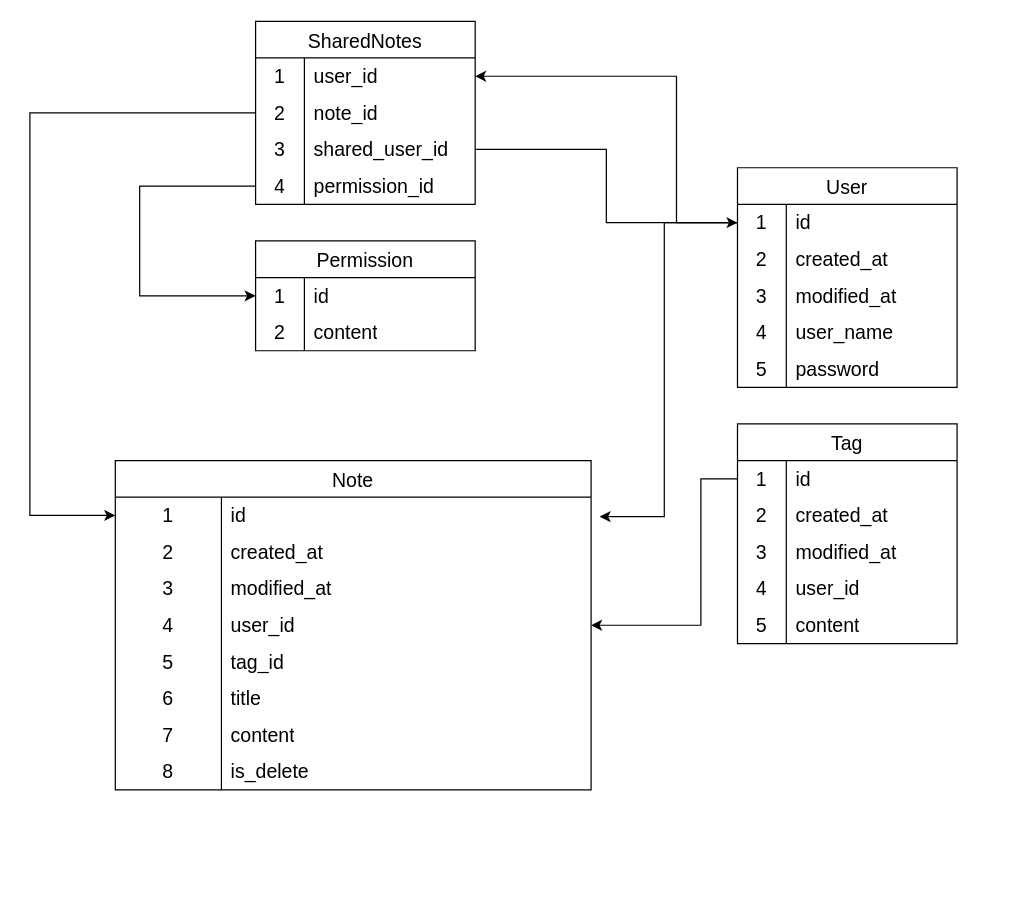
Before: Biểu đồ không có tiêu đề.drawio in minh91a1/dbdiagram, a draw.io diagram. Source tidied: cells renumbered, new cells numbered last; positions are measured from the earlier drawing's top-left corner, leaving out a move shared by most shapes. Both pictures are drawn from the tidied source at 122%, with x=0, y=0 at pixel (29, 21).
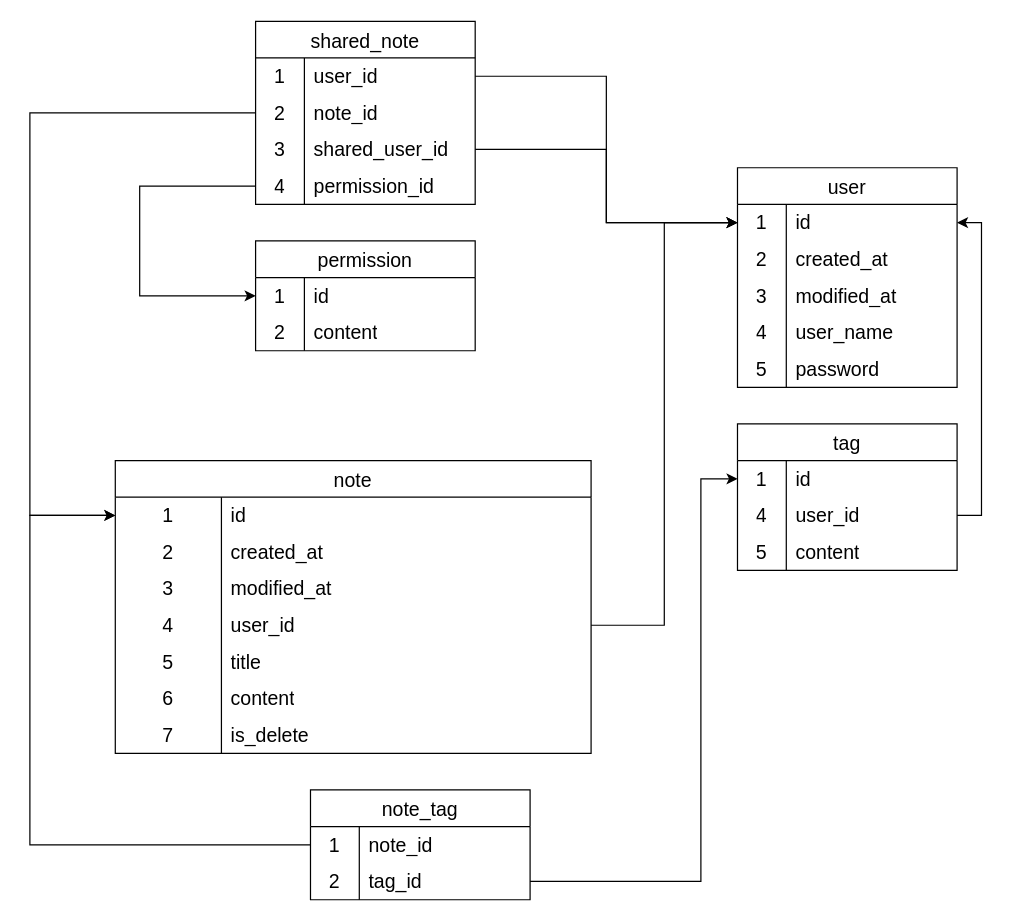
The same diagram, later.

Commit message (it also covers changes not shown here):
Cập nhật Biểu đồ không có tiêu đề.drawio

The change refers to these unchanged cells:
```xml
<mxCell id="3" style="shape=tableRow;horizontal=0;startSize=0;swimlaneHead=0;swimlaneBody=0;top=0;left=0;bottom=0;right=0;fillColor=none;points=[[0,0.5],[1,0.5]];portConstraint=eastwest;strokeColor=inherit;fontSize=16;" parent="2" vertex="1">
  <mxGeometry y="30" width="390" height="30" as="geometry" />
</mxCell>
<mxCell id="12" style="shape=tableRow;horizontal=0;startSize=0;swimlaneHead=0;swimlaneBody=0;top=0;left=0;bottom=0;right=0;fillColor=none;points=[[0,0.5],[1,0.5]];portConstraint=eastwest;strokeColor=inherit;fontSize=16;" parent="2" vertex="1">
  <mxGeometry y="120" width="390" height="30" as="geometry" />
</mxCell>
<mxCell id="28" style="shape=tableRow;horizontal=0;startSize=0;swimlaneHead=0;swimlaneBody=0;top=0;left=0;bottom=0;right=0;fillColor=none;points=[[0,0.5],[1,0.5]];portConstraint=eastwest;strokeColor=inherit;fontSize=16;" parent="27" vertex="1">
  <mxGeometry y="30" width="180" height="30" as="geometry" />
</mxCell>
<mxCell id="44" style="shape=tableRow;horizontal=0;startSize=0;swimlaneHead=0;swimlaneBody=0;top=0;left=0;bottom=0;right=0;fillColor=none;points=[[0,0.5],[1,0.5]];portConstraint=eastwest;strokeColor=inherit;fontSize=16;" parent="43" vertex="1">
  <mxGeometry y="30" width="180" height="30" as="geometry" />
</mxCell>
<mxCell id="61" style="shape=tableRow;horizontal=0;startSize=0;swimlaneHead=0;swimlaneBody=0;top=0;left=0;bottom=0;right=0;fillColor=none;points=[[0,0.5],[1,0.5]];portConstraint=eastwest;strokeColor=inherit;fontSize=16;" parent="60" vertex="1">
  <mxGeometry y="30" width="180" height="30" as="geometry" />
</mxCell>
```

The edit, as a diff of the source:
```diff
@@
-    <mxCell id="2" value="Note" style="shape=table;startSize=30;childLayout=tableLayout;rowLines=0;fontStyle=0;strokeColor=default;fontSize=16;" parent="1" vertex="1">
-      <mxGeometry x="70" y="360" width="390" height="270" as="geometry" />
+    <mxCell id="2" value="note" style="shape=table;startSize=30;childLayout=tableLayout;rowLines=0;fontStyle=0;strokeColor=default;fontSize=16;" parent="1" vertex="1">
+      <mxGeometry x="70" y="360" width="390" height="240" as="geometry" />
     </mxCell>
@@
-    <mxCell id="15" style="shape=tableRow;horizontal=0;startSize=0;swimlaneHead=0;swimlaneBody=0;top=0;left=0;bottom=0;right=0;fillColor=none;strokeColor=inherit;fontSize=16;" parent="2" vertex="1">
-      <mxGeometry y="150" width="390" height="30" as="geometry" />
-    </mxCell>
-    <mxCell id="16" value="5" style="shape=partialRectangle;html=1;whiteSpace=wrap;fillColor=none;top=0;left=0;bottom=0;right=0;overflow=hidden;strokeColor=inherit;fontSize=16;" parent="15" vertex="1">
-      <mxGeometry width="87" height="30" as="geometry" />
-    </mxCell>
-    <mxCell id="17" value="tag_id" style="shape=partialRectangle;html=1;whiteSpace=wrap;fillColor=none;top=0;left=0;bottom=0;right=0;align=left;spacingLeft=6;overflow=hidden;strokeColor=inherit;fontSize=16;" parent="15" vertex="1">
-      <mxGeometry x="87" width="303" height="30" as="geometry" />
-    </mxCell>
     <mxCell id="18" style="shape=tableRow;horizontal=0;startSize=0;swimlaneHead=0;swimlaneBody=0;top=0;left=0;bottom=0;right=0;fillColor=none;strokeColor=inherit;fontSize=16;" parent="2" vertex="1">
-      <mxGeometry y="180" width="390" height="30" as="geometry" />
+      <mxGeometry y="150" width="390" height="30" as="geometry" />
     </mxCell>
-    <mxCell id="19" value="6" style="shape=partialRectangle;html=1;whiteSpace=wrap;fillColor=none;top=0;left=0;bottom=0;right=0;overflow=hidden;strokeColor=inherit;fontSize=16;" parent="18" vertex="1">
+    <mxCell id="19" value="5" style="shape=partialRectangle;html=1;whiteSpace=wrap;fillColor=none;top=0;left=0;bottom=0;right=0;overflow=hidden;strokeColor=inherit;fontSize=16;" parent="18" vertex="1">
       <mxGeometry width="87" height="30" as="geometry" />
     </mxCell>
@@
     <mxCell id="21" style="shape=tableRow;horizontal=0;startSize=0;swimlaneHead=0;swimlaneBody=0;top=0;left=0;bottom=0;right=0;fillColor=none;strokeColor=inherit;fontSize=16;" parent="2" vertex="1">
-      <mxGeometry y="210" width="390" height="30" as="geometry" />
+      <mxGeometry y="180" width="390" height="30" as="geometry" />
     </mxCell>
-    <mxCell id="22" value="7" style="shape=partialRectangle;html=1;whiteSpace=wrap;fillColor=none;top=0;left=0;bottom=0;right=0;overflow=hidden;strokeColor=inherit;fontSize=16;" parent="21" vertex="1">
+    <mxCell id="22" value="6" style="shape=partialRectangle;html=1;whiteSpace=wrap;fillColor=none;top=0;left=0;bottom=0;right=0;overflow=hidden;strokeColor=inherit;fontSize=16;" parent="21" vertex="1">
       <mxGeometry width="87" height="30" as="geometry" />
     </mxCell>
@@
     <mxCell id="24" style="shape=tableRow;horizontal=0;startSize=0;swimlaneHead=0;swimlaneBody=0;top=0;left=0;bottom=0;right=0;fillColor=none;strokeColor=inherit;fontSize=16;" parent="2" vertex="1">
-      <mxGeometry y="240" width="390" height="30" as="geometry" />
+      <mxGeometry y="210" width="390" height="30" as="geometry" />
     </mxCell>
-    <mxCell id="25" value="8" style="shape=partialRectangle;html=1;whiteSpace=wrap;fillColor=none;top=0;left=0;bottom=0;right=0;overflow=hidden;strokeColor=inherit;fontSize=16;" parent="24" vertex="1">
+    <mxCell id="25" value="7" style="shape=partialRectangle;html=1;whiteSpace=wrap;fillColor=none;top=0;left=0;bottom=0;right=0;overflow=hidden;strokeColor=inherit;fontSize=16;" parent="24" vertex="1">
       <mxGeometry width="87" height="30" as="geometry" />
     </mxCell>
@@
-    <mxCell id="27" value="User" style="shape=table;startSize=30;childLayout=tableLayout;rowLines=0;fontStyle=0;strokeColor=default;fontSize=16;" parent="1" vertex="1">
+    <mxCell id="27" value="user" style="shape=table;startSize=30;childLayout=tableLayout;rowLines=0;fontStyle=0;strokeColor=default;fontSize=16;" parent="1" vertex="1">
       <mxGeometry x="580" y="120" width="180" height="180" as="geometry" />
     </mxCell>
@@
-    <mxCell id="43" value="Tag" style="shape=table;startSize=30;childLayout=tableLayout;rowLines=0;fontStyle=0;strokeColor=default;fontSize=16;" parent="1" vertex="1">
-      <mxGeometry x="580" y="330" width="180" height="180" as="geometry" />
+    <mxCell id="43" value="tag" style="shape=table;startSize=30;childLayout=tableLayout;rowLines=0;fontStyle=0;strokeColor=default;fontSize=16;" parent="1" vertex="1">
+      <mxGeometry x="580" y="330" width="180" height="120" as="geometry" />
     </mxCell>
@@
-    <mxCell id="47" style="shape=tableRow;horizontal=0;startSize=0;swimlaneHead=0;swimlaneBody=0;top=0;left=0;bottom=0;right=0;fillColor=none;points=[[0,0.5],[1,0.5]];portConstraint=eastwest;strokeColor=inherit;fontSize=16;" parent="43" vertex="1">
-      <mxGeometry y="60" width="180" height="30" as="geometry" />
-    </mxCell>
-    <mxCell id="48" value="2" style="shape=partialRectangle;html=1;whiteSpace=wrap;fillColor=none;top=0;left=0;bottom=0;right=0;overflow=hidden;strokeColor=inherit;fontSize=16;" parent="47" vertex="1">
-      <mxGeometry width="40" height="30" as="geometry" />
-    </mxCell>
-    <mxCell id="49" value="created_at" style="shape=partialRectangle;html=1;whiteSpace=wrap;fillColor=none;top=0;left=0;bottom=0;right=0;align=left;spacingLeft=6;overflow=hidden;strokeColor=inherit;fontSize=16;" parent="47" vertex="1">
-      <mxGeometry x="40" width="140" height="30" as="geometry" />
-    </mxCell>
-    <mxCell id="50" style="shape=tableRow;horizontal=0;startSize=0;swimlaneHead=0;swimlaneBody=0;top=0;left=0;bottom=0;right=0;fillColor=none;strokeColor=inherit;fontSize=16;" parent="43" vertex="1">
-      <mxGeometry y="90" width="180" height="30" as="geometry" />
-    </mxCell>
-    <mxCell id="51" value="3" style="shape=partialRectangle;html=1;whiteSpace=wrap;fillColor=none;top=0;left=0;bottom=0;right=0;overflow=hidden;strokeColor=inherit;fontSize=16;" parent="50" vertex="1">
-      <mxGeometry width="40" height="30" as="geometry" />
-    </mxCell>
-    <mxCell id="52" value="modified_at" style="shape=partialRectangle;html=1;whiteSpace=wrap;fillColor=none;top=0;left=0;bottom=0;right=0;align=left;spacingLeft=6;overflow=hidden;strokeColor=inherit;fontSize=16;" parent="50" vertex="1">
-      <mxGeometry x="40" width="140" height="30" as="geometry" />
-    </mxCell>
     <mxCell id="53" style="shape=tableRow;horizontal=0;startSize=0;swimlaneHead=0;swimlaneBody=0;top=0;left=0;bottom=0;right=0;fillColor=none;points=[[0,0.5],[1,0.5]];portConstraint=eastwest;strokeColor=inherit;fontSize=16;" parent="43" vertex="1">
-      <mxGeometry y="120" width="180" height="30" as="geometry" />
+      <mxGeometry y="60" width="180" height="30" as="geometry" />
     </mxCell>
@@
     <mxCell id="56" style="shape=tableRow;horizontal=0;startSize=0;swimlaneHead=0;swimlaneBody=0;top=0;left=0;bottom=0;right=0;fillColor=none;strokeColor=inherit;fontSize=16;" parent="43" vertex="1">
-      <mxGeometry y="150" width="180" height="30" as="geometry" />
+      <mxGeometry y="90" width="180" height="30" as="geometry" />
     </mxCell>
@@
-    <mxCell id="59" style="edgeStyle=orthogonalEdgeStyle;rounded=0;jettySize=auto;html=1;exitX=0;exitY=0.5;exitDx=0;exitDy=0;entryX=1;entryY=0.5;entryDx=0;entryDy=0;" parent="1" edge="1" source="44" target="12">
-      <mxGeometry relative="1" as="geometry">
-        <Array as="points">
-          <mxPoint x="550" y="375" />
-          <mxPoint x="550" y="495" />
-        </Array>
-      </mxGeometry>
-    </mxCell>
-    <mxCell id="60" value="SharedNotes" style="shape=table;startSize=30;childLayout=tableLayout;rowLines=0;fontStyle=0;strokeColor=default;fontSize=16;" parent="1" vertex="1">
+    <mxCell id="60" value="shared_note" style="shape=table;startSize=30;childLayout=tableLayout;rowLines=0;fontStyle=0;strokeColor=default;fontSize=16;" parent="1" vertex="1">
       <mxGeometry x="185" width="180" height="150" as="geometry" />
     </mxCell>
@@
-    <mxCell id="74" style="edgeStyle=orthogonalEdgeStyle;rounded=0;jettySize=auto;html=1;exitX=0;exitY=0.5;exitDx=0;exitDy=0;entryX=1;entryY=0.5;entryDx=0;entryDy=0;" parent="1" edge="1" source="28" target="61">
-      <mxGeometry relative="1" as="geometry">
-        <Array as="points">
-          <mxPoint x="530" y="165" />
-          <mxPoint x="530" y="45" />
-        </Array>
-      </mxGeometry>
-    </mxCell>
@@
-    <mxCell id="76" value="Permission" style="shape=table;startSize=30;childLayout=tableLayout;rowLines=0;fontStyle=0;strokeColor=default;fontSize=16;" parent="1" vertex="1">
+    <mxCell id="76" value="permission" style="shape=table;startSize=30;childLayout=tableLayout;rowLines=0;fontStyle=0;strokeColor=default;fontSize=16;" parent="1" vertex="1">
       <mxGeometry x="185" y="180" width="180" height="90" as="geometry" />
     </mxCell>
@@
-    <mxCell id="84" style="edgeStyle=orthogonalEdgeStyle;rounded=0;jettySize=auto;html=1;exitX=0;exitY=0.5;exitDx=0;exitDy=0;entryX=1.018;entryY=0.533;entryDx=0;entryDy=0;entryPerimeter=0;" parent="1" edge="1" source="28" target="3">
-      <mxGeometry relative="1" as="geometry" />
-    </mxCell>
+    <mxCell id="85" value="note_tag" style="shape=table;startSize=30;childLayout=tableLayout;rowLines=0;fontStyle=0;strokeColor=default;fontSize=16;" parent="1" vertex="1">
+      <mxGeometry x="230" y="630" width="180" height="90" as="geometry" />
+    </mxCell>
+    <mxCell id="86" style="shape=tableRow;horizontal=0;startSize=0;swimlaneHead=0;swimlaneBody=0;top=0;left=0;bottom=0;right=0;fillColor=none;points=[[0,0.5],[1,0.5]];portConstraint=eastwest;strokeColor=inherit;fontSize=16;" parent="85" vertex="1">
+      <mxGeometry y="30" width="180" height="30" as="geometry" />
+    </mxCell>
+    <mxCell id="87" value="1" style="shape=partialRectangle;html=1;whiteSpace=wrap;fillColor=none;top=0;left=0;bottom=0;right=0;overflow=hidden;strokeColor=inherit;fontSize=16;" parent="86" vertex="1">
+      <mxGeometry width="40" height="30" as="geometry" />
+    </mxCell>
+    <mxCell id="88" value="note_id" style="shape=partialRectangle;html=1;whiteSpace=wrap;fillColor=none;top=0;left=0;bottom=0;right=0;align=left;spacingLeft=6;overflow=hidden;strokeColor=inherit;fontSize=16;" parent="86" vertex="1">
+      <mxGeometry x="40" width="140" height="30" as="geometry" />
+    </mxCell>
+    <mxCell id="47" style="shape=tableRow;horizontal=0;startSize=0;swimlaneHead=0;swimlaneBody=0;top=0;left=0;bottom=0;right=0;fillColor=none;points=[[0,0.5],[1,0.5]];portConstraint=eastwest;strokeColor=inherit;fontSize=16;" parent="85" vertex="1">
+      <mxGeometry y="60" width="180" height="30" as="geometry" />
+    </mxCell>
+    <mxCell id="48" value="2" style="shape=partialRectangle;html=1;whiteSpace=wrap;fillColor=none;top=0;left=0;bottom=0;right=0;overflow=hidden;strokeColor=inherit;fontSize=16;" parent="47" vertex="1">
+      <mxGeometry width="40" height="30" as="geometry" />
+    </mxCell>
+    <mxCell id="17" value="tag_id" style="shape=partialRectangle;html=1;whiteSpace=wrap;fillColor=none;top=0;left=0;bottom=0;right=0;align=left;spacingLeft=6;overflow=hidden;strokeColor=inherit;fontSize=16;" parent="47" vertex="1">
+      <mxGeometry x="40" width="140" height="30" as="geometry" />
+    </mxCell>
+    <mxCell id="89" style="edgeStyle=orthogonalEdgeStyle;rounded=0;jettySize=auto;html=1;exitX=1;exitY=0.5;exitDx=0;exitDy=0;entryX=1;entryY=0.5;entryDx=0;entryDy=0;" parent="1" edge="1" source="53" target="28">
+      <mxGeometry relative="1" as="geometry" />
+    </mxCell>
+    <mxCell id="90" style="edgeStyle=orthogonalEdgeStyle;rounded=0;jettySize=auto;html=1;exitX=1;exitY=0.5;exitDx=0;exitDy=0;entryX=0;entryY=0.5;entryDx=0;entryDy=0;" parent="1" edge="1" source="12" target="28">
+      <mxGeometry relative="1" as="geometry" />
+    </mxCell>
+    <mxCell id="91" style="edgeStyle=orthogonalEdgeStyle;rounded=0;jettySize=auto;html=1;exitX=1;exitY=0.5;exitDx=0;exitDy=0;entryX=0;entryY=0.5;entryDx=0;entryDy=0;" parent="1" edge="1" source="47" target="44">
+      <mxGeometry relative="1" as="geometry">
+        <Array as="points">
+          <mxPoint x="550" y="705" />
+          <mxPoint x="550" y="375" />
+        </Array>
+      </mxGeometry>
+    </mxCell>
+    <mxCell id="92" style="edgeStyle=orthogonalEdgeStyle;rounded=0;jettySize=auto;html=1;exitX=0;exitY=0.5;exitDx=0;exitDy=0;entryX=0;entryY=0.5;entryDx=0;entryDy=0;" parent="1" edge="1" source="86" target="3">
+      <mxGeometry relative="1" as="geometry">
+        <Array as="points">
+          <mxPoint y="675" />
+          <mxPoint y="405" />
+        </Array>
+      </mxGeometry>
+    </mxCell>
+    <mxCell id="93" style="edgeStyle=orthogonalEdgeStyle;rounded=0;jettySize=auto;html=1;exitX=1;exitY=0.5;exitDx=0;exitDy=0;entryX=0;entryY=0.5;entryDx=0;entryDy=0;" parent="1" edge="1" source="61" target="28">
+      <mxGeometry relative="1" as="geometry" />
+    </mxCell>
```
